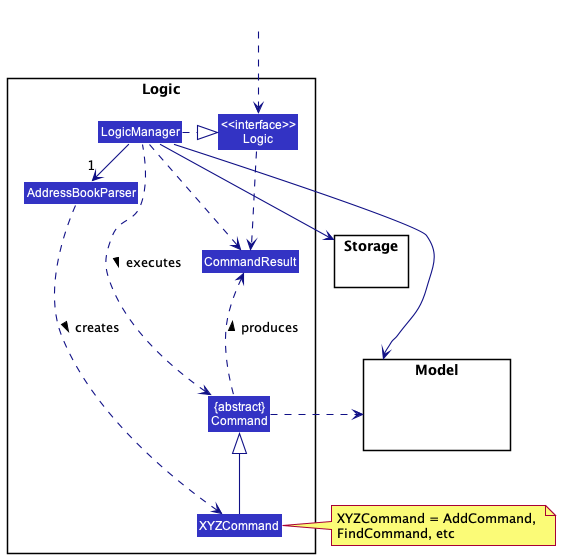
The PlantUML diagram docs/images/LogicClassDiagram.png in nus-cs2103-AY2223S2/tp, before a commit.
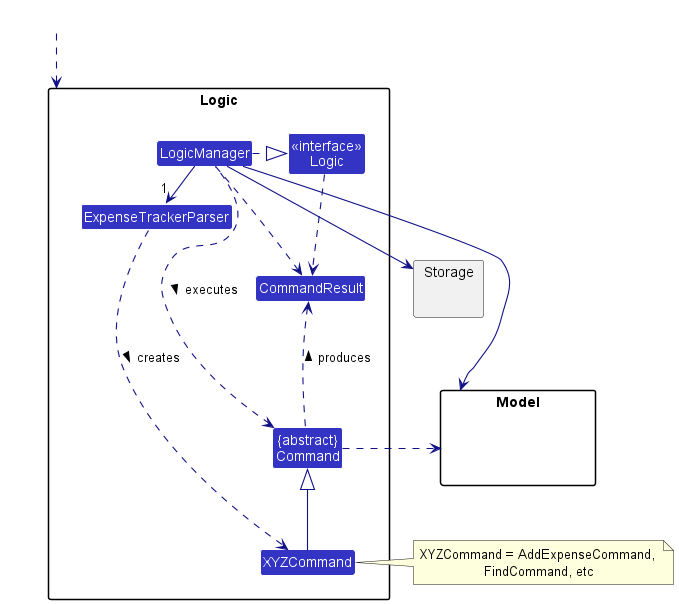
The same diagram one commit later.

The edit, as a diff of the source:
```diff
@@ -6,13 +6,13 @@
 
 package Logic {
 
-Class AddressBookParser
+Class ExpenseTrackerParser
 Class XYZCommand
 Class CommandResult
 Class "{abstract}\nCommand" as Command
 
 
-Class "<<interface>>\nLogic" as Logic
+Class "<<interface>>\nLogic" as dataLogic
 Class LogicManager
 }
 
@@ -26,9 +26,9 @@
 Class HiddenOutside #FFFFFF
 HiddenOutside ..> Logic
 
-LogicManager .right.|> Logic
-LogicManager -right->"1" AddressBookParser
-AddressBookParser ..> XYZCommand : creates >
+LogicManager .right.|> dataLogic
+LogicManager -right->"1" ExpenseTrackerParser
+ExpenseTrackerParser ..> XYZCommand : creates >
 
 XYZCommand -up-|> Command
 LogicManager .left.> Command : executes >
@@ -38,9 +38,9 @@
 Storage --[hidden] Model
 Command .[hidden]up.> Storage
 Command .right.> Model
-note right of XYZCommand: XYZCommand = AddCommand, \nFindCommand, etc
+note right of XYZCommand: XYZCommand = AddExpenseCommand, \nFindCommand, etc
 
-Logic ..> CommandResult
+dataLogic ..> CommandResult
 LogicManager .down.> CommandResult
 Command .up.> CommandResult : produces >
 @enduml
```
